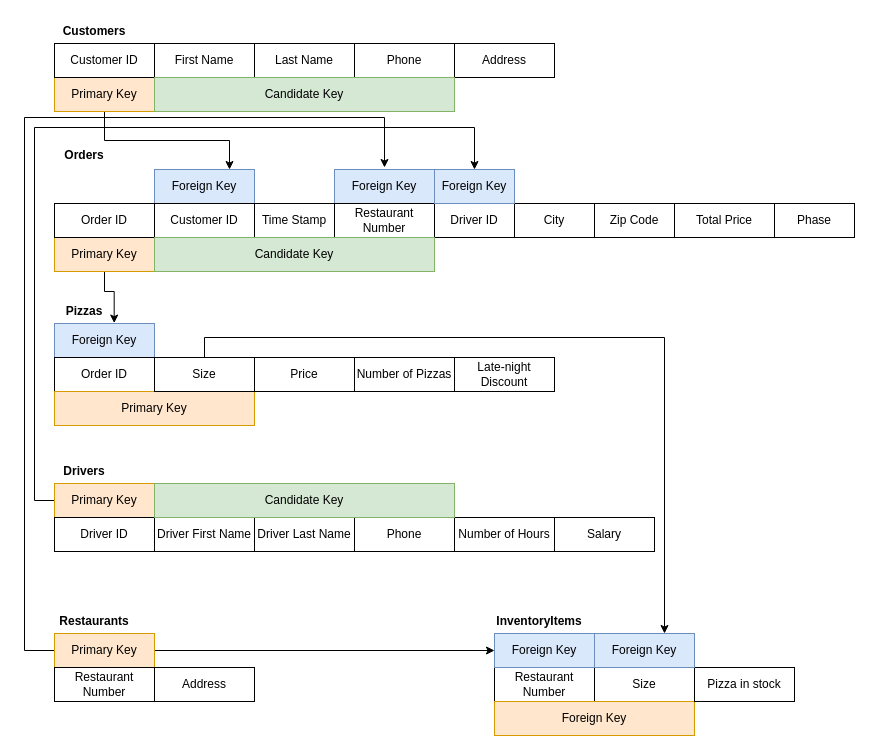
The draw.io diagram page "Second Relation Scheme" (4 of 4) of Project01.drawio in thanhnguyen210299/CSULB-CECS-323, before the edit. Source tidied: cells renumbered, new cells numbered last; positions are measured from the earlier drawing's top-left corner, leaving out a move shared by most shapes. Both pictures are drawn from the tidied source at 100%, with x=0, y=0 at pixel (24, 17).
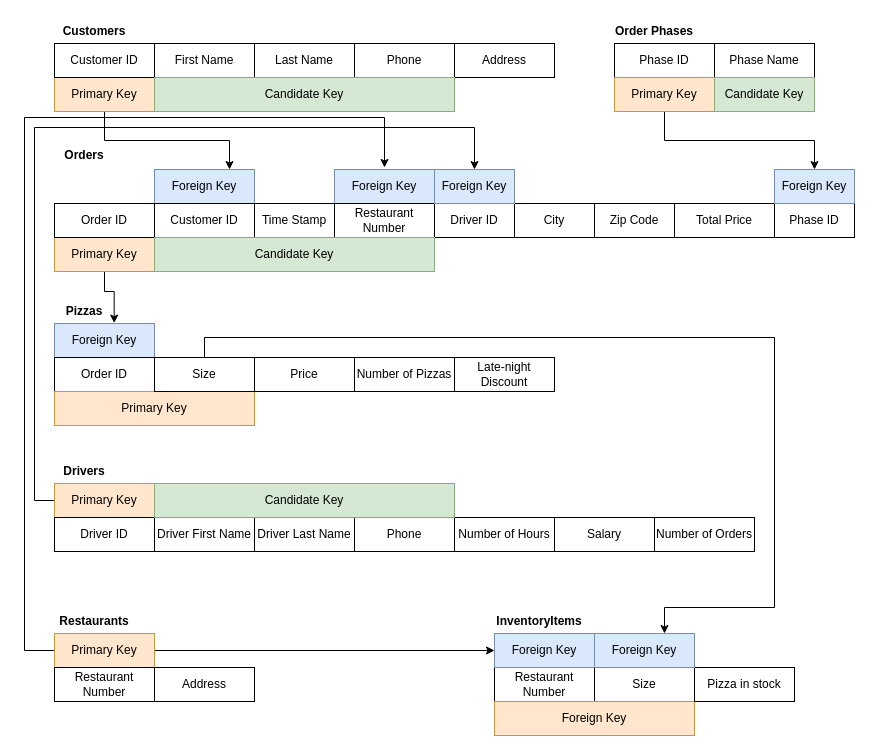
After the change.

The change refers to these unchanged cells:
```xml
<mxCell id="51" value="Size" style="rounded=0;whiteSpace=wrap;html=1;" parent="1" vertex="1">
  <mxGeometry x="130" y="340" width="100" height="34" as="geometry" />
</mxCell>
```

Diff of the diagram source:
```diff
@@
-    <mxCell id="16" value="Phase" style="rounded=0;whiteSpace=wrap;html=1;" parent="1" vertex="1">
+    <mxCell id="16" value="Phase ID" style="rounded=0;whiteSpace=wrap;html=1;" parent="1" vertex="1">
       <mxGeometry x="750" y="186" width="80" height="34" as="geometry" />
     </mxCell>
@@
     <mxCell id="50" style="edgeStyle=orthogonalEdgeStyle;rounded=0;jettySize=auto;html=1;exitX=0.5;exitY=0;exitDx=0;exitDy=0;" parent="1" edge="1" source="51">
       <mxGeometry relative="1" as="geometry">
         <mxPoint x="640" y="616" as="targetPoint" />
         <Array as="points">
           <mxPoint x="180" y="320" />
-          <mxPoint x="640" y="320" />
+          <mxPoint x="750" y="320" />
+          <mxPoint x="750" y="590" />
+          <mxPoint x="640" y="590" />
         </Array>
       </mxGeometry>
     </mxCell>
@@
+    <mxCell id="59" value="Number of Orders" style="rounded=0;whiteSpace=wrap;html=1;" parent="1" vertex="1">
+      <mxGeometry x="630" y="500" width="100" height="34" as="geometry" />
+    </mxCell>
+    <mxCell id="60" value="Order Phases" style="text;align=center;fontStyle=1;verticalAlign=middle;spacingLeft=3;spacingRight=3;strokeColor=none;" parent="1" vertex="1">
+      <mxGeometry x="590" width="80" height="26" as="geometry" />
+    </mxCell>
+    <mxCell id="61" value="Phase ID" style="rounded=0;whiteSpace=wrap;html=1;" parent="1" vertex="1">
+      <mxGeometry x="590" y="26" width="100" height="34" as="geometry" />
+    </mxCell>
+    <mxCell id="62" value="Phase Name" style="rounded=0;whiteSpace=wrap;html=1;" parent="1" vertex="1">
+      <mxGeometry x="690" y="26" width="100" height="34" as="geometry" />
+    </mxCell>
+    <mxCell id="63" style="edgeStyle=orthogonalEdgeStyle;rounded=0;jettySize=auto;html=1;exitX=0.5;exitY=1;exitDx=0;exitDy=0;entryX=0.5;entryY=0;entryDx=0;entryDy=0;" parent="1" edge="1" source="64" target="66">
+      <mxGeometry relative="1" as="geometry" />
+    </mxCell>
+    <mxCell id="64" value="Primary Key" style="rounded=0;whiteSpace=wrap;html=1;fillColor=#ffe6cc;strokeColor=#d79b00;" parent="1" vertex="1">
+      <mxGeometry x="590" y="60" width="100" height="34" as="geometry" />
+    </mxCell>
+    <mxCell id="65" value="Candidate Key" style="rounded=0;whiteSpace=wrap;html=1;fillColor=#d5e8d4;strokeColor=#82b366;" parent="1" vertex="1">
+      <mxGeometry x="690" y="60" width="100" height="34" as="geometry" />
+    </mxCell>
+    <mxCell id="66" value="Foreign Key" style="rounded=0;whiteSpace=wrap;html=1;fillColor=#dae8fc;strokeColor=#6c8ebf;" parent="1" vertex="1">
+      <mxGeometry x="750" y="152" width="80" height="34" as="geometry" />
+    </mxCell>
```
